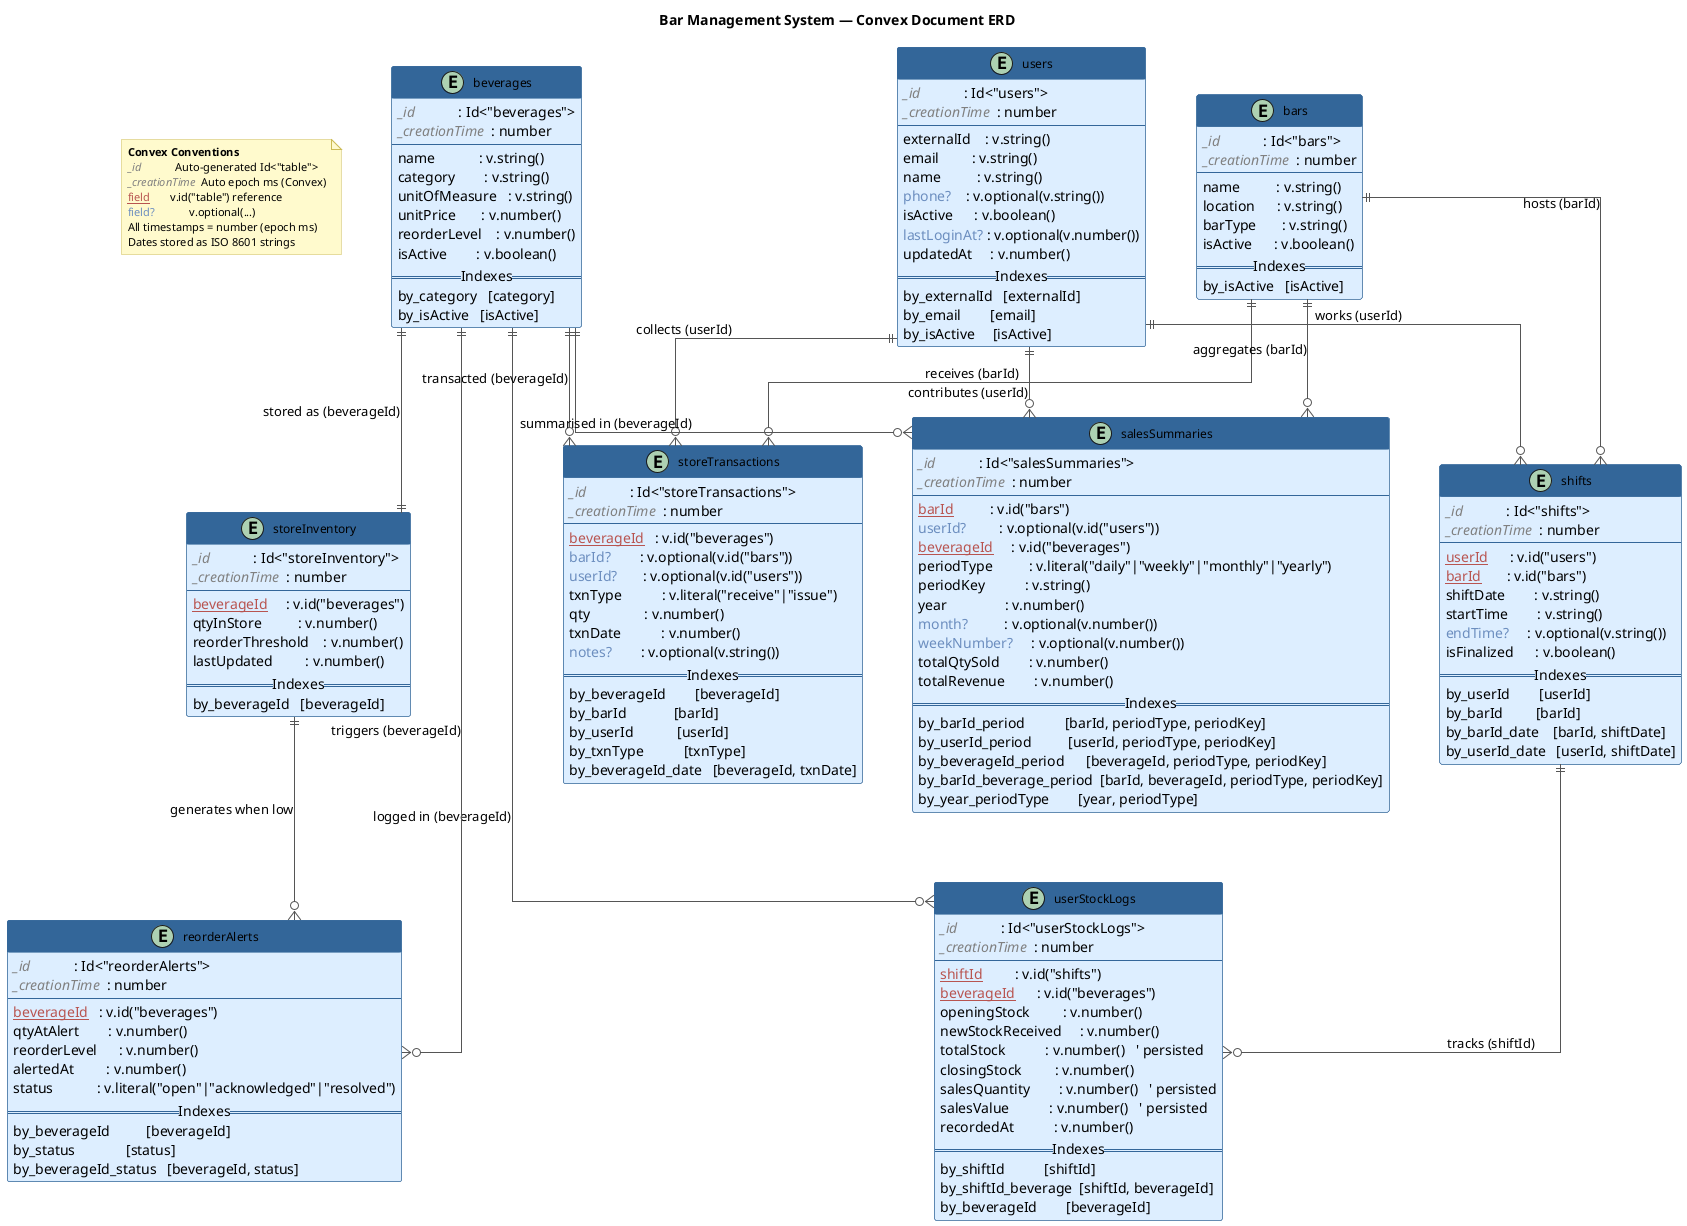
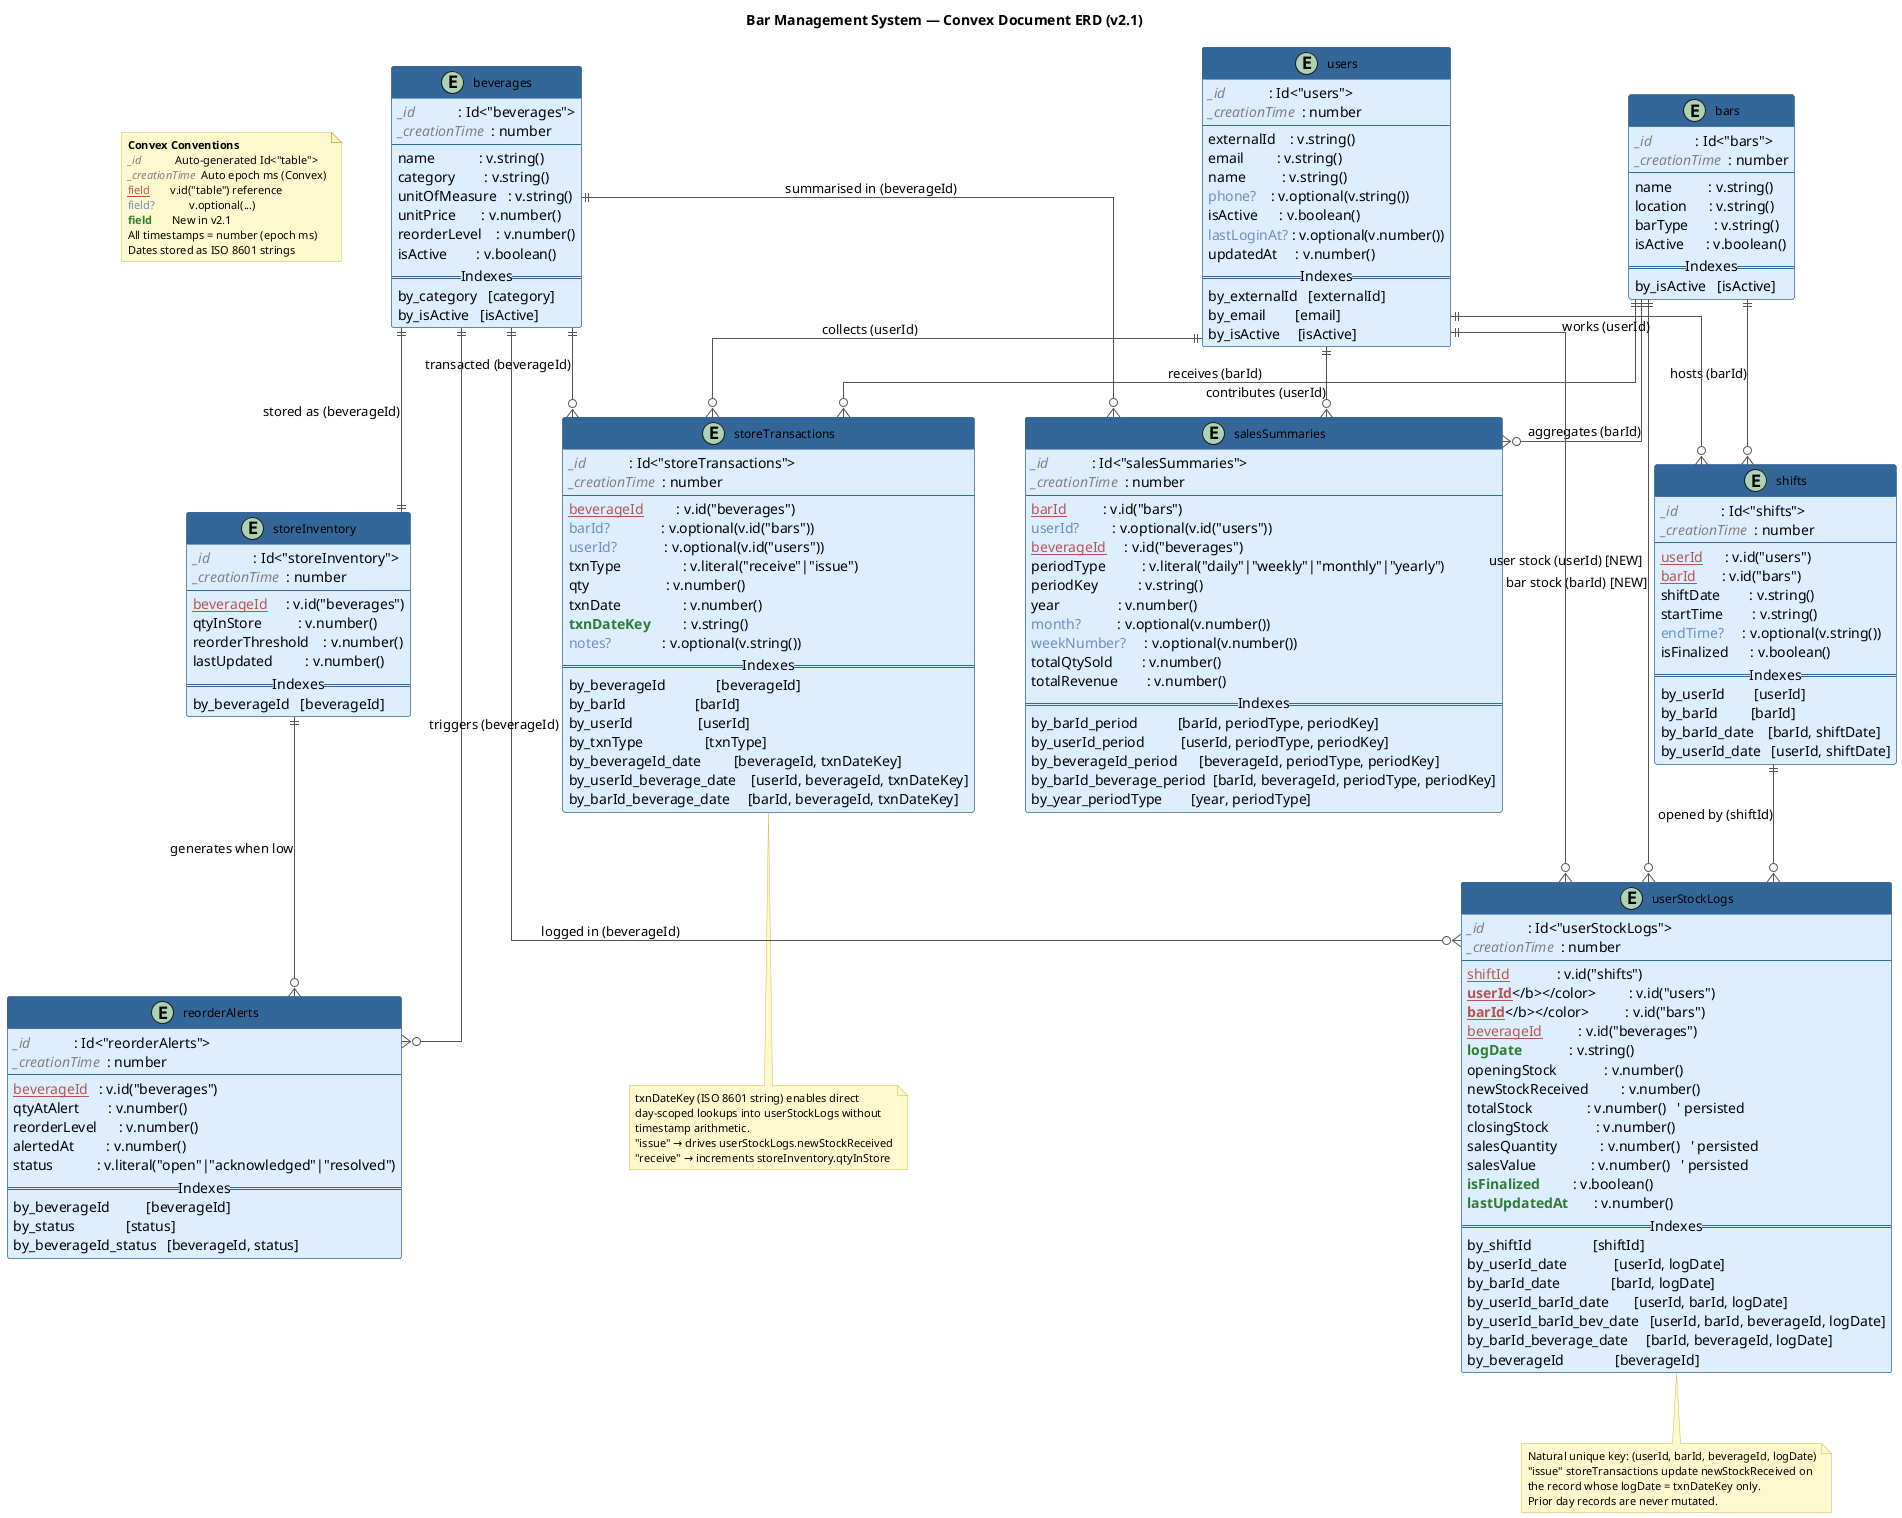
@startuml Bar_Management_Convex_ERD
- title Bar Management System — Convex Document ERD
+ title Bar Management System — Convex Document ERD (v2.1)

!define CONVEX_TABLE(name) class name << (D, #6C8EBF) Document >>
!define SYSTEM_FIELD(x) <color:gray><i>x</i></color>
!define REF(x) <color:#B85450><u>x</u></color>
!define OPT(x) <color:#6C8EBF>x?</color>
+ !define NEW(x) <color:#2E7D32><b>x</b></color>

hide methods
hide stereotypes

skinparam class {
    BackgroundColor #DDEEFF
    BorderColor #336699
    HeaderBackgroundColor #336699
    HeaderFontColor White
    FontName Arial
    FontSize 12
    ArrowColor #555555
}
skinparam note {
    BackgroundColor #FFFACD
    BorderColor #CCBB55
    FontName Arial
    FontSize 11
}
skinparam linetype ortho
skinparam nodesep 50
skinparam ranksep 70

' ─────────────────────────────────────────────────────────────
' LEGEND NOTE
' ─────────────────────────────────────────────────────────────
note as N1
  <b>Convex Conventions</b>
  <color:gray><i>_id</i></color>            Auto-generated Id<"table">
  <color:gray><i>_creationTime</i></color>  Auto epoch ms (Convex)
  <color:#B85450><u>field</u></color>       v.id("table") reference
  <color:#6C8EBF>field?</color>            v.optional(...)
+   <color:#2E7D32><b>field</b></color>       New in v2.1
  All timestamps = number (epoch ms)
  Dates stored as ISO 8601 strings
end note

' ─────────────────────────────────────────────────────────────
' TABLES / DOCUMENTS
' ─────────────────────────────────────────────────────────────

entity bars {
    SYSTEM_FIELD(_id)            : Id<"bars">
    SYSTEM_FIELD(_creationTime)  : number
    --
    name          : v.string()
    location      : v.string()
    barType       : v.string()
    isActive      : v.boolean()
    ==Indexes==
    by_isActive   [isActive]
}

entity beverages {
    SYSTEM_FIELD(_id)            : Id<"beverages">
    SYSTEM_FIELD(_creationTime)  : number
    --
    name            : v.string()
    category        : v.string()
    unitOfMeasure   : v.string()
    unitPrice       : v.number()
    reorderLevel    : v.number()
    isActive        : v.boolean()
    ==Indexes==
    by_category   [category]
    by_isActive   [isActive]
}

entity users {
    SYSTEM_FIELD(_id)            : Id<"users">
    SYSTEM_FIELD(_creationTime)  : number
    --
    externalId    : v.string()
    email         : v.string()
    name          : v.string()
    OPT(phone)    : v.optional(v.string())
    isActive      : v.boolean()
    OPT(lastLoginAt) : v.optional(v.number())
    updatedAt     : v.number()
    ==Indexes==
    by_externalId   [externalId]
    by_email        [email]
    by_isActive     [isActive]
}

entity shifts {
    SYSTEM_FIELD(_id)            : Id<"shifts">
    SYSTEM_FIELD(_creationTime)  : number
    --
    REF(userId)      : v.id("users")
    REF(barId)       : v.id("bars")
    shiftDate        : v.string()
    startTime        : v.string()
    OPT(endTime)     : v.optional(v.string())
    isFinalized      : v.boolean()
    ==Indexes==
    by_userId        [userId]
    by_barId         [barId]
    by_barId_date    [barId, shiftDate]
    by_userId_date   [userId, shiftDate]
}

entity userStockLogs {
    SYSTEM_FIELD(_id)            : Id<"userStockLogs">
    SYSTEM_FIELD(_creationTime)  : number
    --
-     REF(shiftId)         : v.id("shifts")
-     REF(beverageId)      : v.id("beverages")
-     openingStock         : v.number()
-     newStockReceived     : v.number()
-     totalStock           : v.number()   ' persisted
-     closingStock         : v.number()
-     salesQuantity        : v.number()   ' persisted
-     salesValue           : v.number()   ' persisted
-     recordedAt           : v.number()
-     ==Indexes==
-     by_shiftId           [shiftId]
-     by_shiftId_beverage  [shiftId, beverageId]
-     by_beverageId        [beverageId]
- }
+     REF(shiftId)             : v.id("shifts")
+     NEW(REF(userId))         : v.id("users")
+     NEW(REF(barId))          : v.id("bars")
+     REF(beverageId)          : v.id("beverages")
+     NEW(logDate)             : v.string()
+     openingStock             : v.number()
+     newStockReceived         : v.number()
+     totalStock               : v.number()   ' persisted
+     closingStock             : v.number()
+     salesQuantity            : v.number()   ' persisted
+     salesValue               : v.number()   ' persisted
+     NEW(isFinalized)         : v.boolean()
+     NEW(lastUpdatedAt)       : v.number()
+     ==Indexes==
+     by_shiftId                 [shiftId]
+     by_userId_date             [userId, logDate]
+     by_barId_date              [barId, logDate]
+     by_userId_barId_date       [userId, barId, logDate]
+     by_userId_barId_bev_date   [userId, barId, beverageId, logDate]
+     by_barId_beverage_date     [barId, beverageId, logDate]
+     by_beverageId              [beverageId]
+ }
+ 
+ note bottom of userStockLogs
+   Natural unique key: (userId, barId, beverageId, logDate)
+   "issue" storeTransactions update newStockReceived on
+   the record whose logDate = txnDateKey only.
+   Prior day records are never mutated.
+ end note

entity storeInventory {
    SYSTEM_FIELD(_id)            : Id<"storeInventory">
    SYSTEM_FIELD(_creationTime)  : number
    --
    REF(beverageId)     : v.id("beverages")
    qtyInStore          : v.number()
    reorderThreshold    : v.number()
    lastUpdated         : v.number()
    ==Indexes==
    by_beverageId   [beverageId]
}

entity storeTransactions {
    SYSTEM_FIELD(_id)            : Id<"storeTransactions">
    SYSTEM_FIELD(_creationTime)  : number
    --
-     REF(beverageId)   : v.id("beverages")
-     OPT(barId)        : v.optional(v.id("bars"))
-     OPT(userId)       : v.optional(v.id("users"))
-     txnType           : v.literal("receive"|"issue")
-     qty               : v.number()
-     txnDate           : v.number()
-     OPT(notes)        : v.optional(v.string())
-     ==Indexes==
-     by_beverageId        [beverageId]
-     by_barId             [barId]
-     by_userId            [userId]
-     by_txnType           [txnType]
-     by_beverageId_date   [beverageId, txnDate]
- }
+     REF(beverageId)         : v.id("beverages")
+     OPT(barId)              : v.optional(v.id("bars"))
+     OPT(userId)             : v.optional(v.id("users"))
+     txnType                 : v.literal("receive"|"issue")
+     qty                     : v.number()
+     txnDate                 : v.number()
+     NEW(txnDateKey)         : v.string()
+     OPT(notes)              : v.optional(v.string())
+     ==Indexes==
+     by_beverageId              [beverageId]
+     by_barId                   [barId]
+     by_userId                  [userId]
+     by_txnType                 [txnType]
+     by_beverageId_date         [beverageId, txnDateKey]
+     by_userId_beverage_date    [userId, beverageId, txnDateKey]
+     by_barId_beverage_date     [barId, beverageId, txnDateKey]
+ }
+ 
+ note bottom of storeTransactions
+   txnDateKey (ISO 8601 string) enables direct
+   day-scoped lookups into userStockLogs without
+   timestamp arithmetic.
+   "issue" → drives userStockLogs.newStockReceived
+   "receive" → increments storeInventory.qtyInStore
+ end note

entity reorderAlerts {
    SYSTEM_FIELD(_id)            : Id<"reorderAlerts">
    SYSTEM_FIELD(_creationTime)  : number
    --
    REF(beverageId)   : v.id("beverages")
    qtyAtAlert        : v.number()
    reorderLevel      : v.number()
    alertedAt         : v.number()
    status            : v.literal("open"|"acknowledged"|"resolved")
    ==Indexes==
    by_beverageId          [beverageId]
    by_status              [status]
    by_beverageId_status   [beverageId, status]
}

entity salesSummaries {
    SYSTEM_FIELD(_id)            : Id<"salesSummaries">
    SYSTEM_FIELD(_creationTime)  : number
    --
    REF(barId)          : v.id("bars")
    OPT(userId)         : v.optional(v.id("users"))
    REF(beverageId)     : v.id("beverages")
    periodType          : v.literal("daily"|"weekly"|"monthly"|"yearly")
    periodKey           : v.string()
    year                : v.number()
    OPT(month)          : v.optional(v.number())
    OPT(weekNumber)     : v.optional(v.number())
    totalQtySold        : v.number()
    totalRevenue        : v.number()
    ==Indexes==
    by_barId_period           [barId, periodType, periodKey]
    by_userId_period          [userId, periodType, periodKey]
    by_beverageId_period      [beverageId, periodType, periodKey]
    by_barId_beverage_period  [barId, beverageId, periodType, periodKey]
    by_year_periodType        [year, periodType]
}

' ─────────────────────────────────────────────────────────────
' RELATIONSHIPS
' All are v.id() references; no DB-level FK constraints in Convex
' ─────────────────────────────────────────────────────────────

bars             ||--o{   shifts              : "hosts (barId)"
bars             ||--o{   storeTransactions   : "receives (barId)"
bars             ||--o{   salesSummaries      : "aggregates (barId)"
+ bars             ||--o{   userStockLogs       : "bar stock (barId) [NEW]"

users            ||--o{   shifts              : "works (userId)"
users            ||--o{   storeTransactions   : "collects (userId)"
users            ||--o{   salesSummaries      : "contributes (userId)"
- 
- shifts           ||--o{   userStockLogs       : "tracks (shiftId)"
+ users            ||--o{   userStockLogs       : "user stock (userId) [NEW]"
+ 
+ shifts           ||--o{   userStockLogs       : "opened by (shiftId)"

beverages        ||--||   storeInventory      : "stored as (beverageId)"
beverages        ||--o{   userStockLogs       : "logged in (beverageId)"
beverages        ||--o{   storeTransactions   : "transacted (beverageId)"
beverages        ||--o{   reorderAlerts       : "triggers (beverageId)"
beverages        ||--o{   salesSummaries      : "summarised in (beverageId)"

storeInventory   ||--o{   reorderAlerts       : "generates when low"

@enduml
